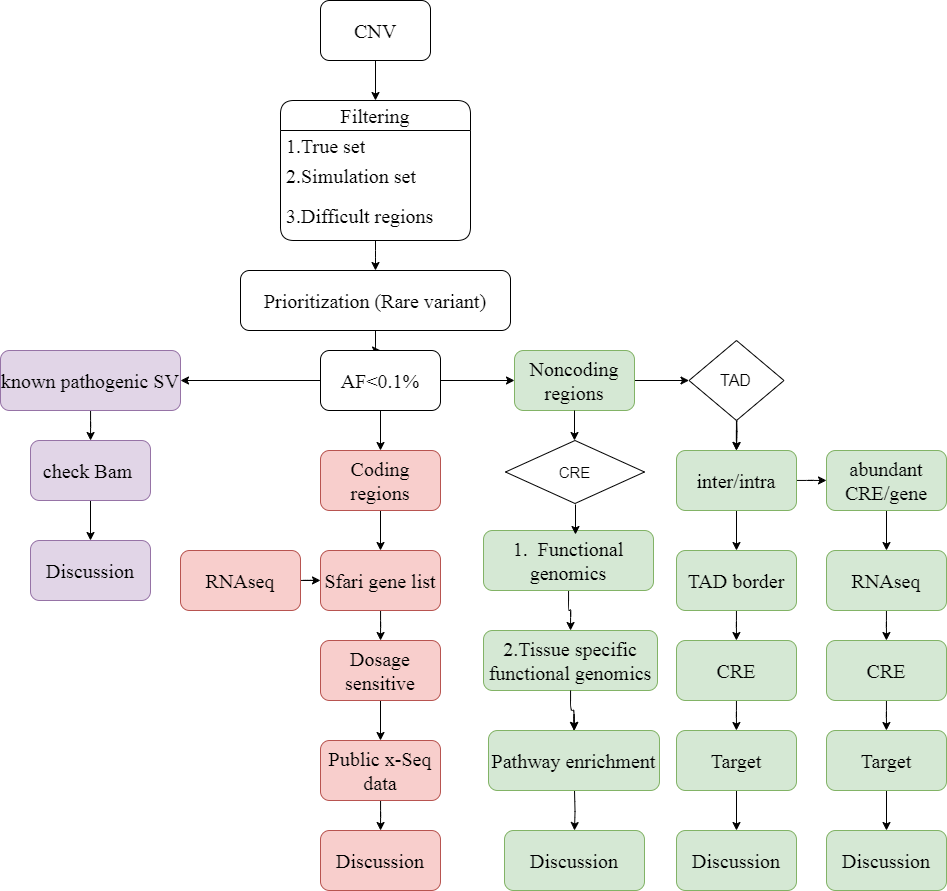
This is SV_workflow.drawio.png from ShirleyLiu-BCH/workflow, a draw.io export, as it was before one commit. Source tidied: cells renumbered, new cells last; positions are measured from the earlier drawing's top-left corner, leaving out a move shared by most shapes.
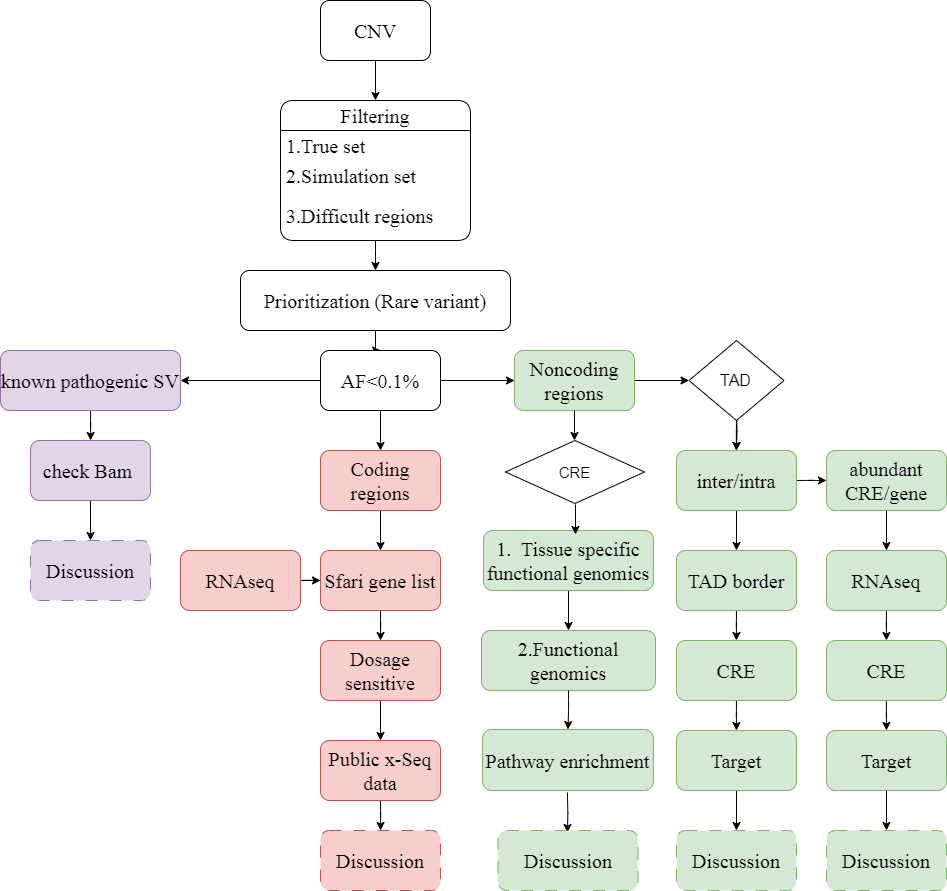
After the commit.

What changed in the source:
```diff
@@ -65,7 +65,7 @@
     <mxCell id="22" value="check Bam&amp;nbsp;" style="whiteSpace=wrap;html=1;fontSize=20;fontFamily=Times New Roman;fontStyle=0;startSize=30;hachureGap=4;fillColor=#e1d5e7;strokeColor=#9673a6;rounded=1;" parent="1" vertex="1">
       <mxGeometry x="30" y="440" width="120" height="60" as="geometry" />
     </mxCell>
-    <mxCell id="23" value="Discussion" style="whiteSpace=wrap;html=1;fontSize=20;fontFamily=Times New Roman;fontStyle=0;startSize=30;hachureGap=4;fillColor=#e1d5e7;strokeColor=#9673a6;rounded=1;" parent="1" vertex="1">
+    <mxCell id="23" value="Discussion" style="whiteSpace=wrap;html=1;fontSize=20;fontFamily=Times New Roman;fontStyle=0;startSize=30;hachureGap=4;fillColor=#e1d5e7;strokeColor=#9673a6;rounded=1;dashed=1;dashPattern=12 12;" parent="1" vertex="1">
       <mxGeometry x="30" y="540" width="120" height="60" as="geometry" />
     </mxCell>
     <mxCell id="24" style="edgeStyle=orthogonalEdgeStyle;rounded=1;hachureGap=4;jettySize=auto;html=1;fontFamily=Times New Roman;fontSize=16;" parent="1" edge="1" source="25" target="27">
@@ -92,7 +92,7 @@
     <mxCell id="31" value="Public x-Seq data" style="whiteSpace=wrap;html=1;fontSize=20;fontFamily=Times New Roman;fontStyle=0;startSize=30;hachureGap=4;fillColor=#f8cecc;strokeColor=#b85450;rounded=1;" parent="1" vertex="1">
       <mxGeometry x="320" y="740" width="120" height="60" as="geometry" />
     </mxCell>
-    <mxCell id="32" value="Discussion" style="whiteSpace=wrap;html=1;fontSize=20;fontFamily=Times New Roman;fontStyle=0;startSize=30;hachureGap=4;fillColor=#f8cecc;strokeColor=#b85450;rounded=1;" parent="1" vertex="1">
+    <mxCell id="32" value="Discussion" style="whiteSpace=wrap;html=1;fontSize=20;fontFamily=Times New Roman;fontStyle=0;startSize=30;hachureGap=4;fillColor=#f8cecc;strokeColor=#b85450;rounded=1;dashed=1;dashPattern=12 12;" parent="1" vertex="1">
       <mxGeometry x="320" y="830" width="120" height="60" as="geometry" />
     </mxCell>
     <mxCell id="33" style="edgeStyle=orthogonalEdgeStyle;rounded=1;hachureGap=4;jettySize=auto;html=1;fontFamily=Times New Roman;fontSize=16;" parent="1" edge="1" target="41">
@@ -100,24 +100,19 @@
         <mxPoint x="736" y="410" as="sourcePoint" />
       </mxGeometry>
     </mxCell>
-    <mxCell id="34" style="edgeStyle=orthogonalEdgeStyle;rounded=1;hachureGap=4;jettySize=auto;html=1;fontFamily=Times New Roman;fontSize=16;" parent="1" edge="1" source="35" target="37">
+    <mxCell id="34" style="edgeStyle=orthogonalEdgeStyle;rounded=0;jettySize=auto;html=1;" parent="1" edge="1" source="35" target="37">
       <mxGeometry relative="1" as="geometry" />
     </mxCell>
-    <mxCell id="35" value="1.&amp;nbsp; Functional genomics" style="whiteSpace=wrap;html=1;fontSize=20;fontFamily=Times New Roman;fontStyle=0;startSize=30;hachureGap=4;fillColor=#d5e8d4;strokeColor=#82b366;rounded=1;" parent="1" vertex="1">
+    <mxCell id="35" value="1.&amp;nbsp; Tissue specific functional genomics" style="whiteSpace=wrap;html=1;fontSize=20;fontFamily=Times New Roman;fontStyle=0;startSize=30;hachureGap=4;fillColor=#d5e8d4;strokeColor=#82b366;rounded=1;" parent="1" vertex="1">
       <mxGeometry x="483" y="530" width="170" height="60" as="geometry" />
     </mxCell>
-    <mxCell id="36" style="edgeStyle=orthogonalEdgeStyle;rounded=1;hachureGap=4;jettySize=auto;html=1;fontFamily=Times New Roman;fontSize=16;" parent="1" edge="1" source="61">
-      <mxGeometry relative="1" as="geometry">
-        <mxPoint x="574" y="730" as="targetPoint" />
-      </mxGeometry>
-    </mxCell>
-    <mxCell id="37" value="2.Tissue specific&lt;br&gt;functional genomics" style="whiteSpace=wrap;html=1;fontSize=20;fontFamily=Times New Roman;fontStyle=0;startSize=30;hachureGap=4;fillColor=#d5e8d4;strokeColor=#82b366;rounded=1;" parent="1" vertex="1">
-      <mxGeometry x="483" y="630" width="174" height="60" as="geometry" />
+    <mxCell id="37" value="2.Functional genomics" style="whiteSpace=wrap;html=1;fontSize=20;fontFamily=Times New Roman;fontStyle=0;startSize=30;hachureGap=4;fillColor=#d5e8d4;strokeColor=#82b366;rounded=1;" parent="1" vertex="1">
+      <mxGeometry x="481" y="630" width="174" height="60" as="geometry" />
     </mxCell>
     <mxCell id="38" style="edgeStyle=orthogonalEdgeStyle;rounded=1;hachureGap=4;orthogonalLoop=1;jettySize=auto;html=1;fontFamily=Times New Roman;fontSize=16;" parent="1" edge="1">
       <mxGeometry relative="1" as="geometry">
-        <mxPoint x="574" y="790" as="sourcePoint" />
-        <mxPoint x="574" y="830" as="targetPoint" />
+        <mxPoint x="566.9" y="792" as="sourcePoint" />
+        <mxPoint x="566.9" y="832" as="targetPoint" />
       </mxGeometry>
     </mxCell>
     <mxCell id="39" style="edgeStyle=orthogonalEdgeStyle;rounded=1;hachureGap=4;jettySize=auto;html=1;fontFamily=Times New Roman;fontSize=16;" parent="1" edge="1" source="41" target="43">
@@ -171,13 +166,13 @@
     <mxCell id="55" value="Target" style="whiteSpace=wrap;html=1;fontSize=20;fontFamily=Times New Roman;fontStyle=0;startSize=30;hachureGap=4;fillColor=#d5e8d4;strokeColor=#82b366;rounded=1;" parent="1" vertex="1">
       <mxGeometry x="826" y="730" width="120" height="60" as="geometry" />
     </mxCell>
-    <mxCell id="56" value="Discussion" style="whiteSpace=wrap;html=1;fontSize=20;fontFamily=Times New Roman;fontStyle=0;startSize=30;hachureGap=4;fillColor=#d5e8d4;strokeColor=#82b366;rounded=1;" parent="1" vertex="1">
-      <mxGeometry x="504" y="830" width="140" height="60" as="geometry" />
+    <mxCell id="56" value="Discussion" style="whiteSpace=wrap;html=1;fontSize=20;fontFamily=Times New Roman;fontStyle=0;startSize=30;hachureGap=4;fillColor=#d5e8d4;strokeColor=#82b366;rounded=1;dashed=1;dashPattern=12 12;" parent="1" vertex="1">
+      <mxGeometry x="497.5" y="830" width="140" height="60" as="geometry" />
     </mxCell>
-    <mxCell id="57" value="Discussion" style="whiteSpace=wrap;html=1;fontSize=20;fontFamily=Times New Roman;fontStyle=0;startSize=30;hachureGap=4;fillColor=#d5e8d4;strokeColor=#82b366;rounded=1;" parent="1" vertex="1">
+    <mxCell id="57" value="Discussion" style="whiteSpace=wrap;html=1;fontSize=20;fontFamily=Times New Roman;fontStyle=0;startSize=30;hachureGap=4;fillColor=#d5e8d4;strokeColor=#82b366;rounded=1;dashed=1;dashPattern=12 12;" parent="1" vertex="1">
       <mxGeometry x="676" y="830" width="120" height="60" as="geometry" />
     </mxCell>
-    <mxCell id="58" value="Discussion" style="whiteSpace=wrap;html=1;fontSize=20;fontFamily=Times New Roman;fontStyle=0;startSize=30;hachureGap=4;fillColor=#d5e8d4;strokeColor=#82b366;rounded=1;" parent="1" vertex="1">
+    <mxCell id="58" value="Discussion" style="whiteSpace=wrap;html=1;fontSize=20;fontFamily=Times New Roman;fontStyle=0;startSize=30;hachureGap=4;fillColor=#d5e8d4;strokeColor=#82b366;rounded=1;dashed=1;dashPattern=12 12;" parent="1" vertex="1">
       <mxGeometry x="826" y="830" width="120" height="60" as="geometry" />
     </mxCell>
     <mxCell id="59" value="&lt;font style=&quot;font-size: 15px;&quot;&gt;CRE&lt;/font&gt;" style="rhombus;whiteSpace=wrap;html=1;" parent="1" vertex="1">
@@ -187,7 +182,7 @@
       <mxGeometry relative="1" as="geometry" />
     </mxCell>
     <mxCell id="61" value="Pathway enrichment" style="whiteSpace=wrap;html=1;fontSize=20;fontFamily=Times New Roman;fontStyle=0;startSize=30;hachureGap=4;fillColor=#d5e8d4;strokeColor=#82b366;rounded=1;" parent="1" vertex="1">
-      <mxGeometry x="488" y="730" width="171" height="60" as="geometry" />
+      <mxGeometry x="482" y="729" width="171" height="61" as="geometry" />
     </mxCell>
     <mxCell id="62" style="edgeStyle=orthogonalEdgeStyle;rounded=0;jettySize=auto;html=1;" parent="1" edge="1" source="63" target="41">
       <mxGeometry relative="1" as="geometry" />
```
